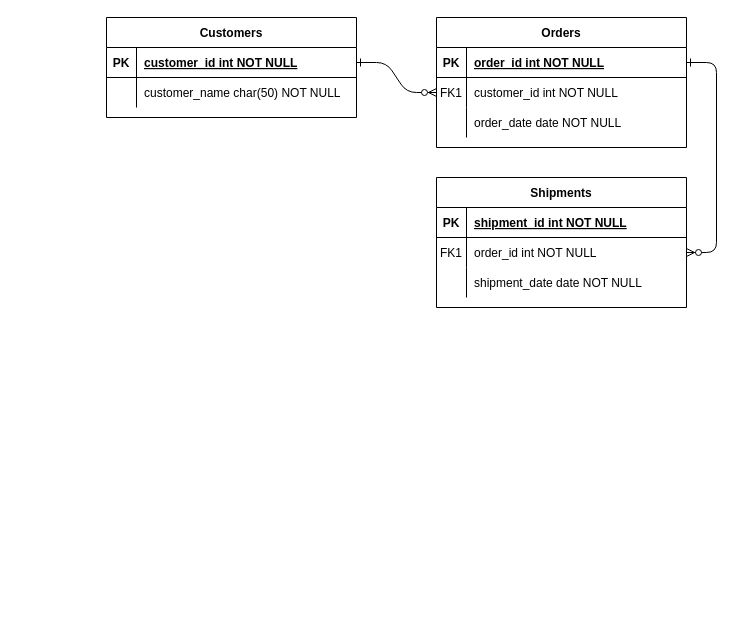
The draw.io diagram Untitled Diagram.drawio in ksol17/CT-MyFirstRepo, before the edit. Source tidied: cells renumbered, new cells numbered last; positions are measured from the earlier drawing's top-left corner, leaving out a move shared by most shapes. Both pictures are drawn from the tidied source at 100%, with x=0, y=0 at pixel (106, 17).
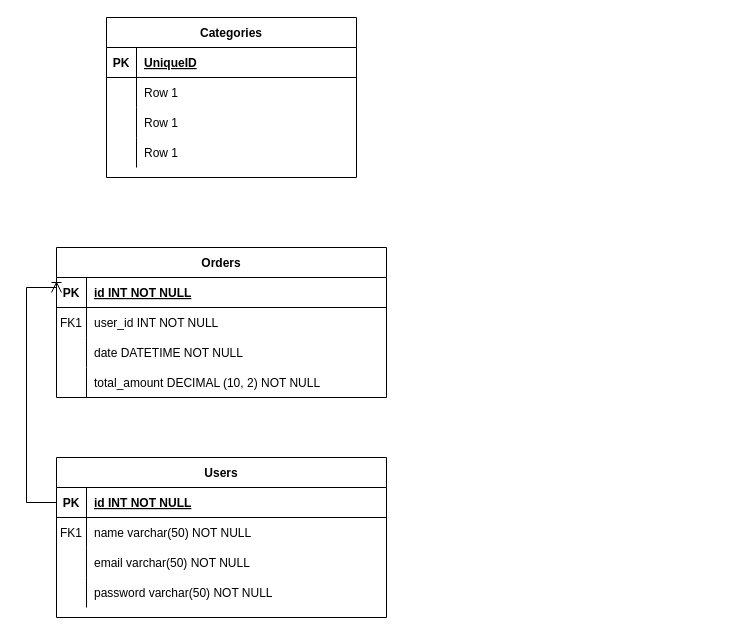
The same page after the edit.

The change refers to these unchanged cells:
```xml
<mxCell id="25" style="shape=partialRectangle;fillColor=none;points=[[0,0.5],[1,0.5]];portConstraint=eastwest;top=0;left=0;right=0;bottom=1;" parent="24" vertex="1">
  <mxGeometry y="30" width="250" height="30" as="geometry" />
</mxCell>
<mxCell id="28" style="shape=partialRectangle;fillColor=none;top=0;left=0;right=0;bottom=0;" parent="24" vertex="1">
  <mxGeometry y="60" width="250" height="30" as="geometry" />
</mxCell>
```

The edit, as a diff of the source:
```diff
@@
-    <mxCell id="2" style="edgeStyle=entityRelationEdgeStyle;endArrow=ERzeroToMany;startArrow=ERone;endFill=1;startFill=0;" parent="1" edge="1" source="25" target="8">
-      <mxGeometry relative="1" as="geometry" />
-    </mxCell>
-    <mxCell id="3" style="edgeStyle=entityRelationEdgeStyle;endArrow=ERzeroToMany;startArrow=ERone;endFill=1;startFill=0;" parent="1" edge="1" source="5" target="18">
-      <mxGeometry relative="1" as="geometry" />
-    </mxCell>
     <mxCell id="4" value="Orders" style="shape=table;startSize=30;childLayout=tableLayout;rowLines=0;fontStyle=1;align=center;" parent="1" vertex="1">
-      <mxGeometry x="330" width="250" height="130" as="geometry" />
+      <mxGeometry x="-50" y="230" width="330" height="150" as="geometry" />
     </mxCell>
     <mxCell id="5" style="shape=partialRectangle;fillColor=none;points=[[0,0.5],[1,0.5]];portConstraint=eastwest;top=0;left=0;right=0;bottom=1;" parent="4" vertex="1">
-      <mxGeometry y="30" width="250" height="30" as="geometry" />
+      <mxGeometry y="30" width="330" height="30" as="geometry" />
     </mxCell>
@@
-    <mxCell id="7" value="order_id int NOT NULL " style="shape=partialRectangle;overflow=hidden;fillColor=none;top=0;left=0;bottom=0;right=0;align=left;spacingLeft=6;fontStyle=5;" parent="5" vertex="1">
-      <mxGeometry x="30" width="220" height="30" as="geometry" />
+    <mxCell id="7" value="id INT NOT NULL " style="shape=partialRectangle;overflow=hidden;fillColor=none;top=0;left=0;bottom=0;right=0;align=left;spacingLeft=6;fontStyle=5;" parent="5" vertex="1">
+      <mxGeometry x="30" width="300" height="30" as="geometry" />
     </mxCell>
     <mxCell id="8" style="shape=partialRectangle;fillColor=none;points=[[0,0.5],[1,0.5]];portConstraint=eastwest;top=0;left=0;right=0;bottom=0;" parent="4" vertex="1">
-      <mxGeometry y="60" width="250" height="30" as="geometry" />
+      <mxGeometry y="60" width="330" height="30" as="geometry" />
     </mxCell>
@@
-    <mxCell id="10" value="customer_id int NOT NULL" style="shape=partialRectangle;overflow=hidden;fillColor=none;top=0;left=0;bottom=0;right=0;align=left;spacingLeft=6;" parent="8" vertex="1">
-      <mxGeometry x="30" width="220" height="30" as="geometry" />
+    <mxCell id="10" value="user_id INT NOT NULL" style="shape=partialRectangle;overflow=hidden;fillColor=none;top=0;left=0;bottom=0;right=0;align=left;spacingLeft=6;" parent="8" vertex="1">
+      <mxGeometry x="30" width="300" height="30" as="geometry" />
     </mxCell>
     <mxCell id="11" style="shape=partialRectangle;fillColor=none;top=0;left=0;right=0;bottom=0;" parent="4" vertex="1">
-      <mxGeometry y="90" width="250" height="30" as="geometry" />
+      <mxGeometry y="90" width="330" height="30" as="geometry" />
     </mxCell>
@@
-    <mxCell id="13" value="order_date date NOT NULL" style="shape=partialRectangle;overflow=hidden;fillColor=none;top=0;left=0;bottom=0;right=0;align=left;spacingLeft=6;" parent="11" vertex="1">
-      <mxGeometry x="30" width="220" height="30" as="geometry" />
+    <mxCell id="13" value="date DATETIME NOT NULL" style="shape=partialRectangle;overflow=hidden;fillColor=none;top=0;left=0;bottom=0;right=0;align=left;spacingLeft=6;" parent="11" vertex="1">
+      <mxGeometry x="30" width="300" height="30" as="geometry" />
     </mxCell>
-    <mxCell id="14" value="Shipments" style="shape=table;startSize=30;childLayout=tableLayout;rowLines=0;fontStyle=1;align=center;" parent="1" vertex="1">
-      <mxGeometry x="330" y="160" width="250" height="130" as="geometry" />
-    </mxCell>
-    <mxCell id="15" style="shape=partialRectangle;fillColor=none;top=0;left=0;right=0;bottom=1;" parent="14" vertex="1">
-      <mxGeometry y="30" width="250" height="30" as="geometry" />
-    </mxCell>
-    <mxCell id="16" value="PK" style="shape=partialRectangle;overflow=hidden;fillColor=none;top=0;left=0;bottom=0;right=0;fontStyle=1;" parent="15" vertex="1">
-      <mxGeometry width="30" height="30" as="geometry" />
-    </mxCell>
-    <mxCell id="17" value="shipment_id int NOT NULL " style="shape=partialRectangle;overflow=hidden;fillColor=none;top=0;left=0;bottom=0;right=0;align=left;spacingLeft=6;fontStyle=5;" parent="15" vertex="1">
-      <mxGeometry x="30" width="220" height="30" as="geometry" />
-    </mxCell>
-    <mxCell id="18" style="shape=partialRectangle;fillColor=none;points=[[0,0.5],[1,0.5]];portConstraint=eastwest;top=0;left=0;right=0;bottom=0;" parent="14" vertex="1">
-      <mxGeometry y="60" width="250" height="30" as="geometry" />
-    </mxCell>
-    <mxCell id="19" value="FK1" style="shape=partialRectangle;overflow=hidden;fillColor=none;top=0;left=0;bottom=0;right=0;" parent="18" vertex="1">
-      <mxGeometry width="30" height="30" as="geometry" />
-    </mxCell>
-    <mxCell id="20" value="order_id int NOT NULL" style="shape=partialRectangle;overflow=hidden;fillColor=none;top=0;left=0;bottom=0;right=0;align=left;spacingLeft=6;" parent="18" vertex="1">
-      <mxGeometry x="30" width="220" height="30" as="geometry" />
-    </mxCell>
-    <mxCell id="21" style="shape=partialRectangle;fillColor=none;top=0;left=0;right=0;bottom=0;" parent="14" vertex="1">
-      <mxGeometry y="90" width="250" height="30" as="geometry" />
-    </mxCell>
-    <mxCell id="22" style="shape=partialRectangle;overflow=hidden;fillColor=none;top=0;left=0;bottom=0;right=0;" parent="21" vertex="1">
-      <mxGeometry width="30" height="30" as="geometry" />
-    </mxCell>
-    <mxCell id="23" value="shipment_date date NOT NULL" style="shape=partialRectangle;overflow=hidden;fillColor=none;top=0;left=0;bottom=0;right=0;align=left;spacingLeft=6;" parent="21" vertex="1">
-      <mxGeometry x="30" width="220" height="30" as="geometry" />
-    </mxCell>
+    <mxCell id="31" style="shape=partialRectangle;fillColor=none;top=0;left=0;right=0;bottom=0;" parent="4" vertex="1">
+      <mxGeometry y="120" width="330" height="30" as="geometry" />
+    </mxCell>
+    <mxCell id="32" style="shape=partialRectangle;overflow=hidden;fillColor=none;top=0;left=0;bottom=0;right=0;" parent="31" vertex="1">
+      <mxGeometry width="30" height="30" as="geometry" />
+    </mxCell>
+    <mxCell id="33" value="total_amount DECIMAL (10, 2) NOT NULL" style="shape=partialRectangle;overflow=hidden;fillColor=none;top=0;left=0;bottom=0;right=0;align=left;spacingLeft=6;" parent="31" vertex="1">
+      <mxGeometry x="30" width="300" height="30" as="geometry" />
+    </mxCell>
-    <mxCell id="24" value="Customers" style="shape=table;startSize=30;childLayout=tableLayout;rowLines=0;fontStyle=1;align=center;" parent="1" vertex="1">
-      <mxGeometry width="250" height="100" as="geometry" />
+    <mxCell id="24" value="Categories" style="shape=table;startSize=30;childLayout=tableLayout;rowLines=0;fontStyle=1;align=center;" parent="1" vertex="1">
+      <mxGeometry width="250" height="160" as="geometry" />
     </mxCell>
@@
-    <mxCell id="27" value="customer_id int NOT NULL " style="shape=partialRectangle;overflow=hidden;fillColor=none;top=0;left=0;bottom=0;right=0;align=left;spacingLeft=6;fontStyle=5;" parent="25" vertex="1">
+    <mxCell id="27" value="UniqueID" style="shape=partialRectangle;overflow=hidden;fillColor=none;top=0;left=0;bottom=0;right=0;align=left;spacingLeft=6;fontStyle=5;" parent="25" vertex="1">
       <mxGeometry x="30" width="220" height="30" as="geometry" />
     </mxCell>
@@
-    <mxCell id="30" value="customer_name char(50) NOT NULL" style="shape=partialRectangle;overflow=hidden;fillColor=none;top=0;left=0;bottom=0;right=0;align=left;spacingLeft=6;" parent="28" vertex="1">
+    <mxCell id="30" value="Row 1" style="shape=partialRectangle;overflow=hidden;fillColor=none;top=0;left=0;bottom=0;right=0;align=left;spacingLeft=6;" parent="28" vertex="1">
       <mxGeometry x="30" width="220" height="30" as="geometry" />
     </mxCell>
+    <mxCell id="21" style="shape=partialRectangle;fillColor=none;top=0;left=0;right=0;bottom=0;" parent="24" vertex="1">
+      <mxGeometry y="90" width="250" height="30" as="geometry" />
+    </mxCell>
+    <mxCell id="34" style="shape=partialRectangle;overflow=hidden;fillColor=none;top=0;left=0;bottom=0;right=0;" parent="21" vertex="1">
+      <mxGeometry width="30" height="30" as="geometry" />
+    </mxCell>
+    <mxCell id="35" value="Row 1" style="shape=partialRectangle;overflow=hidden;fillColor=none;top=0;left=0;bottom=0;right=0;align=left;spacingLeft=6;" parent="21" vertex="1">
+      <mxGeometry x="30" width="220" height="30" as="geometry" />
+    </mxCell>
+    <mxCell id="36" style="shape=partialRectangle;fillColor=none;top=0;left=0;right=0;bottom=0;" parent="24" vertex="1">
+      <mxGeometry y="120" width="250" height="30" as="geometry" />
+    </mxCell>
+    <mxCell id="37" style="shape=partialRectangle;overflow=hidden;fillColor=none;top=0;left=0;bottom=0;right=0;" parent="36" vertex="1">
+      <mxGeometry width="30" height="30" as="geometry" />
+    </mxCell>
+    <mxCell id="38" value="Row 1" style="shape=partialRectangle;overflow=hidden;fillColor=none;top=0;left=0;bottom=0;right=0;align=left;spacingLeft=6;" parent="36" vertex="1">
+      <mxGeometry x="30" width="220" height="30" as="geometry" />
+    </mxCell>
+    <mxCell id="39" value="&amp;nbsp;" style="text;strokeColor=none;align=center;fillColor=none;html=1;verticalAlign=middle;whiteSpace=wrap;rounded=0;fontSize=16;" parent="1" vertex="1">
+      <mxGeometry x="180" y="450" width="60" height="30" as="geometry" />
+    </mxCell>
+    <mxCell id="40" value="Users" style="shape=table;startSize=30;childLayout=tableLayout;rowLines=0;fontStyle=1;align=center;" parent="1" vertex="1">
+      <mxGeometry x="-50" y="440" width="330" height="160" as="geometry" />
+    </mxCell>
+    <mxCell id="41" style="shape=partialRectangle;fillColor=none;points=[[0,0.5],[1,0.5]];portConstraint=eastwest;top=0;left=0;right=0;bottom=1;" parent="40" vertex="1">
+      <mxGeometry y="30" width="330" height="30" as="geometry" />
+    </mxCell>
+    <mxCell id="16" value="PK" style="shape=partialRectangle;overflow=hidden;fillColor=none;top=0;left=0;bottom=0;right=0;fontStyle=1;" parent="41" vertex="1">
+      <mxGeometry width="30" height="30" as="geometry" />
+    </mxCell>
+    <mxCell id="42" value="id INT NOT NULL " style="shape=partialRectangle;overflow=hidden;fillColor=none;top=0;left=0;bottom=0;right=0;align=left;spacingLeft=6;fontStyle=5;" parent="41" vertex="1">
+      <mxGeometry x="30" width="300" height="30" as="geometry" />
+    </mxCell>
+    <mxCell id="43" style="shape=partialRectangle;fillColor=none;top=0;left=0;right=0;bottom=0;" parent="40" vertex="1">
+      <mxGeometry y="60" width="330" height="30" as="geometry" />
+    </mxCell>
+    <mxCell id="19" value="FK1" style="shape=partialRectangle;overflow=hidden;fillColor=none;top=0;left=0;bottom=0;right=0;" parent="43" vertex="1">
+      <mxGeometry width="30" height="30" as="geometry" />
+    </mxCell>
+    <mxCell id="44" value="name varchar(50) NOT NULL" style="shape=partialRectangle;overflow=hidden;fillColor=none;top=0;left=0;bottom=0;right=0;align=left;spacingLeft=6;" parent="43" vertex="1">
+      <mxGeometry x="30" width="300" height="30" as="geometry" />
+    </mxCell>
+    <mxCell id="45" style="shape=partialRectangle;fillColor=none;top=0;left=0;right=0;bottom=0;" parent="40" vertex="1">
+      <mxGeometry y="90" width="330" height="30" as="geometry" />
+    </mxCell>
+    <mxCell id="46" style="shape=partialRectangle;overflow=hidden;fillColor=none;top=0;left=0;bottom=0;right=0;" parent="45" vertex="1">
+      <mxGeometry width="30" height="30" as="geometry" />
+    </mxCell>
+    <mxCell id="47" value="email varchar(50) NOT NULL" style="shape=partialRectangle;overflow=hidden;fillColor=none;top=0;left=0;bottom=0;right=0;align=left;spacingLeft=6;" parent="45" vertex="1">
+      <mxGeometry x="30" width="300" height="30" as="geometry" />
+    </mxCell>
+    <mxCell id="48" style="shape=partialRectangle;fillColor=none;top=0;left=0;right=0;bottom=0;" parent="40" vertex="1">
+      <mxGeometry y="120" width="330" height="30" as="geometry" />
+    </mxCell>
+    <mxCell id="49" style="shape=partialRectangle;overflow=hidden;fillColor=none;top=0;left=0;bottom=0;right=0;" parent="48" vertex="1">
+      <mxGeometry width="30" height="30" as="geometry" />
+    </mxCell>
+    <mxCell id="50" value="password varchar(50) NOT NULL" style="shape=partialRectangle;overflow=hidden;fillColor=none;top=0;left=0;bottom=0;right=0;align=left;spacingLeft=6;" parent="48" vertex="1">
+      <mxGeometry x="30" width="300" height="30" as="geometry" />
+    </mxCell>
+    <mxCell id="51" style="edgeStyle=orthogonalEdgeStyle;fontSize=12;html=1;endArrow=ERoneToMany;rounded=0;startSize=8;endSize=8;entryX=0;entryY=0.5;entryDx=0;entryDy=0;" parent="1" edge="1" source="41" target="5">
+      <mxGeometry relative="1" as="geometry">
+        <Array as="points">
+          <mxPoint x="-80" y="485" />
+          <mxPoint x="-80" y="270" />
+          <mxPoint x="-50" y="270" />
+        </Array>
+      </mxGeometry>
+    </mxCell>
```
